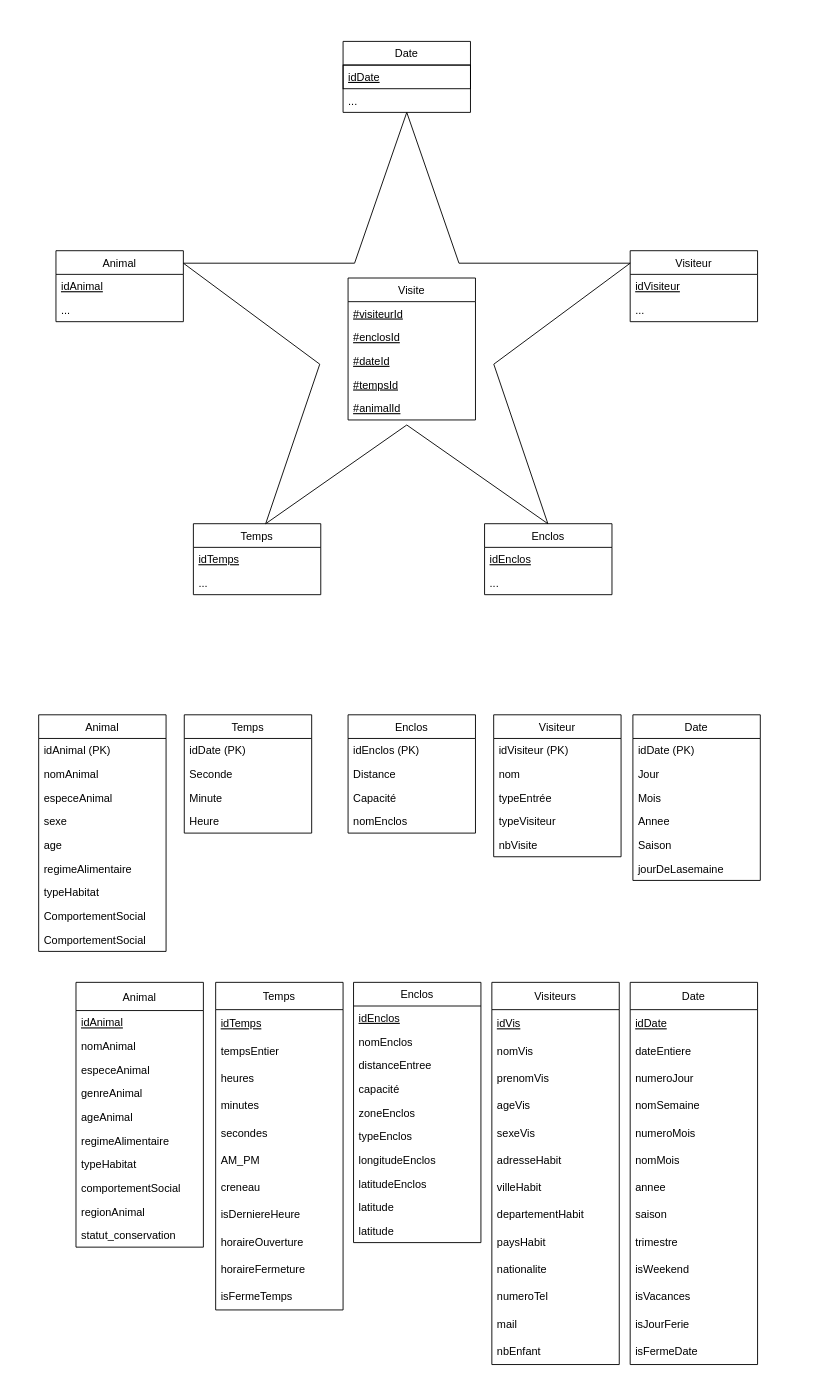
Above: HAI708I - Entrepôt de données et Big Data/DiagEtoile/ParcoursVisiteur/parcoursVisiteur.drawio in Gaby269/Application-Mobile-Interimaire (draw.io), before the change. Source tidied: cells renumbered, new cells numbered last; positions are measured from the earlier drawing's top-left corner, leaving out a move shared by most shapes. Both pictures are drawn from the tidied source at 91%, with x=0, y=0 at pixel (38, 41).
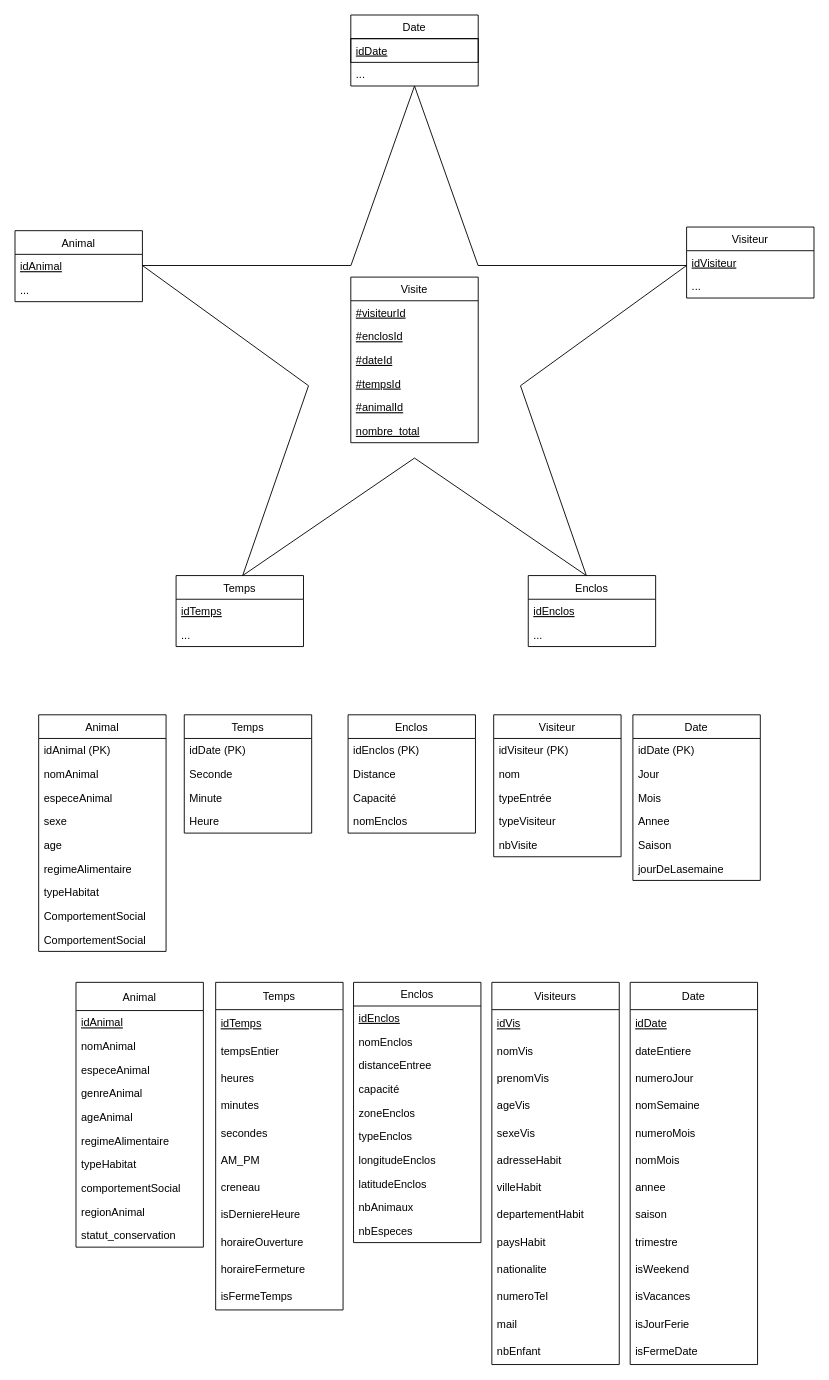
The same page after the edit.

Commit message (it also covers changes not shown here):
[HAI708I] Modification des drawio

The change refers to these unchanged cells:
```xml
<mxCell id="83" value="Enclos" style="swimlane;fontStyle=0;horizontal=1;startSize=26;fillColor=none;" parent="1" vertex="1">
  <mxGeometry x="346" y="1034" width="140" height="286" as="geometry" />
</mxCell>
```

Diff of the diagram source:
```diff
@@
     <mxCell id="2" style="verticalLabelPosition=bottom;verticalAlign=top;html=1;shape=mxgraph.basic.star;" parent="1" vertex="1">
-      <mxGeometry x="159" y="78" width="491" height="452" as="geometry" />
+      <mxGeometry x="114" y="49" width="598" height="538" as="geometry" />
     </mxCell>
     <mxCell id="3" value="Visite" style="swimlane;fontStyle=0;horizontal=1;startSize=26;fillColor=none;" parent="1" vertex="1">
-      <mxGeometry x="340" y="260" width="140" height="156" as="geometry" />
+      <mxGeometry x="343" y="259" width="140" height="182" as="geometry" />
     </mxCell>
@@
+    <mxCell id="119" value="nombre_total" style="text;strokeColor=none;fillColor=none;align=left;verticalAlign=top;spacingLeft=4;spacingRight=4;overflow=hidden;fontStyle=4;" parent="3" vertex="1">
+      <mxGeometry y="156" width="140" height="26" as="geometry" />
+    </mxCell>
     <mxCell id="9" value="Animal" style="swimlane;fontStyle=0;horizontal=1;startSize=26;fillColor=none;" parent="1" vertex="1">
-      <mxGeometry x="19" y="230" width="140" height="78" as="geometry" />
+      <mxGeometry x="-26" y="208" width="140" height="78" as="geometry" />
     </mxCell>
@@
     <mxCell id="12" value="Visiteur" style="swimlane;fontStyle=0;horizontal=1;startSize=26;fillColor=none;" parent="1" vertex="1">
-      <mxGeometry x="650" y="230" width="140" height="78" as="geometry" />
+      <mxGeometry x="712" y="204" width="140" height="78" as="geometry" />
     </mxCell>
@@
     <mxCell id="15" value="Enclos" style="swimlane;fontStyle=0;horizontal=1;startSize=26;fillColor=none;" parent="1" vertex="1">
-      <mxGeometry x="490" y="530" width="140" height="78" as="geometry" />
+      <mxGeometry x="538" y="587" width="140" height="78" as="geometry" />
     </mxCell>
@@
     <mxCell id="18" value="Temps" style="swimlane;fontStyle=0;horizontal=1;startSize=26;fillColor=none;" parent="1" vertex="1">
-      <mxGeometry x="170" y="530" width="140" height="78" as="geometry" />
+      <mxGeometry x="151" y="587" width="140" height="78" as="geometry" />
     </mxCell>
@@
     <mxCell id="21" value="Date" style="swimlane;fontStyle=0;horizontal=1;startSize=26;fillColor=none;" parent="1" vertex="1">
-      <mxGeometry x="334.5" width="140" height="78" as="geometry" />
+      <mxGeometry x="343" y="-29" width="140" height="78" as="geometry" />
     </mxCell>
@@
-    <mxCell id="92" value="latitude" style="text;strokeColor=none;fillColor=none;align=left;verticalAlign=top;spacingLeft=4;spacingRight=4;overflow=hidden;" parent="83" vertex="1">
+    <mxCell id="92" value="nbAnimaux" style="text;strokeColor=none;fillColor=none;align=left;verticalAlign=top;spacingLeft=4;spacingRight=4;overflow=hidden;" parent="83" vertex="1">
       <mxGeometry y="234" width="140" height="26" as="geometry" />
     </mxCell>
-    <mxCell id="93" value="latitude" style="text;strokeColor=none;fillColor=none;align=left;verticalAlign=top;spacingLeft=4;spacingRight=4;overflow=hidden;" parent="83" vertex="1">
+    <mxCell id="93" value="nbEspeces" style="text;strokeColor=none;fillColor=none;align=left;verticalAlign=top;spacingLeft=4;spacingRight=4;overflow=hidden;" parent="83" vertex="1">
       <mxGeometry y="260" width="140" height="26" as="geometry" />
     </mxCell>
```
